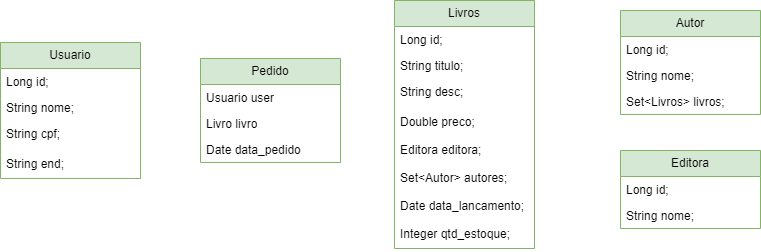
The draw.io diagram API/ProjetoBancoDeDados/src/main/resources/classes-diagrams.png in Joao-lucas-felix/ProjetoBancoDeDados, before a commit. Source tidied: cells renumbered, new cells last; positions are measured from the earlier drawing's top-left corner, leaving out a move shared by most shapes. Its diagram source:
```xml
<mxGraphModel>
  <root>
    <mxCell id="0" />
    <mxCell id="1" parent="0" />
    <mxCell id="2" value="Usuario" style="swimlane;fontStyle=0;horizontal=1;startSize=26;fillColor=#d5e8d4;whiteSpace=wrap;html=1;strokeColor=#82b366;" parent="1" vertex="1">
      <mxGeometry y="42" width="140" height="136" as="geometry" />
    </mxCell>
    <mxCell id="3" value="Long id;" style="text;strokeColor=none;fillColor=none;align=left;verticalAlign=top;spacingLeft=4;spacingRight=4;overflow=hidden;whiteSpace=wrap;html=1;" parent="2" vertex="1">
      <mxGeometry y="26" width="140" height="26" as="geometry" />
    </mxCell>
    <mxCell id="4" value="String nome;" style="text;strokeColor=none;fillColor=none;align=left;verticalAlign=top;spacingLeft=4;spacingRight=4;overflow=hidden;whiteSpace=wrap;html=1;" parent="2" vertex="1">
      <mxGeometry y="52" width="140" height="26" as="geometry" />
    </mxCell>
    <mxCell id="5" value="String cpf;&amp;nbsp;" style="text;strokeColor=none;fillColor=none;align=left;verticalAlign=top;spacingLeft=4;spacingRight=4;overflow=hidden;whiteSpace=wrap;html=1;" parent="2" vertex="1">
      <mxGeometry y="78" width="140" height="30" as="geometry" />
    </mxCell>
    <mxCell id="6" value="String end;&amp;nbsp;&lt;br&gt;" style="text;strokeColor=none;fillColor=none;align=left;verticalAlign=top;spacingLeft=4;spacingRight=4;overflow=hidden;whiteSpace=wrap;html=1;" parent="2" vertex="1">
      <mxGeometry y="108" width="140" height="28" as="geometry" />
    </mxCell>
    <mxCell id="7" value="Livros" style="swimlane;fontStyle=0;horizontal=1;startSize=26;fillColor=#d5e8d4;whiteSpace=wrap;html=1;strokeColor=#82b366;" parent="1" vertex="1">
      <mxGeometry x="394" width="140" height="248" as="geometry" />
    </mxCell>
    <mxCell id="8" value="Long id;" style="text;strokeColor=none;fillColor=none;align=left;verticalAlign=top;spacingLeft=4;spacingRight=4;overflow=hidden;whiteSpace=wrap;html=1;" parent="7" vertex="1">
      <mxGeometry y="26" width="140" height="26" as="geometry" />
    </mxCell>
    <mxCell id="9" value="String titulo;" style="text;strokeColor=none;fillColor=none;align=left;verticalAlign=top;spacingLeft=4;spacingRight=4;overflow=hidden;whiteSpace=wrap;html=1;" parent="7" vertex="1">
      <mxGeometry y="52" width="140" height="26" as="geometry" />
    </mxCell>
    <mxCell id="10" value="String desc;&amp;nbsp;" style="text;strokeColor=none;fillColor=none;align=left;verticalAlign=top;spacingLeft=4;spacingRight=4;overflow=hidden;whiteSpace=wrap;html=1;" parent="7" vertex="1">
      <mxGeometry y="78" width="140" height="30" as="geometry" />
    </mxCell>
    <mxCell id="11" value="Double preco;&lt;br&gt;" style="text;strokeColor=none;fillColor=none;align=left;verticalAlign=top;spacingLeft=4;spacingRight=4;overflow=hidden;whiteSpace=wrap;html=1;" parent="7" vertex="1">
      <mxGeometry y="108" width="140" height="28" as="geometry" />
    </mxCell>
    <mxCell id="12" value="Editora editora;&lt;br&gt;" style="text;strokeColor=none;fillColor=none;align=left;verticalAlign=top;spacingLeft=4;spacingRight=4;overflow=hidden;whiteSpace=wrap;html=1;" parent="7" vertex="1">
      <mxGeometry y="136" width="140" height="28" as="geometry" />
    </mxCell>
    <mxCell id="13" value="Set&amp;lt;Autor&amp;gt; autores;&amp;nbsp;" style="text;strokeColor=none;fillColor=none;align=left;verticalAlign=top;spacingLeft=4;spacingRight=4;overflow=hidden;whiteSpace=wrap;html=1;" parent="7" vertex="1">
      <mxGeometry y="164" width="140" height="28" as="geometry" />
    </mxCell>
    <mxCell id="14" value="Date data_lancamento;" style="text;strokeColor=none;fillColor=none;align=left;verticalAlign=top;spacingLeft=4;spacingRight=4;overflow=hidden;whiteSpace=wrap;html=1;" parent="7" vertex="1">
      <mxGeometry y="192" width="140" height="28" as="geometry" />
    </mxCell>
    <mxCell id="15" value="Integer qtd_estoque;&lt;br&gt;" style="text;strokeColor=none;fillColor=none;align=left;verticalAlign=top;spacingLeft=4;spacingRight=4;overflow=hidden;whiteSpace=wrap;html=1;" parent="7" vertex="1">
      <mxGeometry y="220" width="140" height="28" as="geometry" />
    </mxCell>
    <mxCell id="16" value="Autor" style="swimlane;fontStyle=0;horizontal=1;startSize=26;fillColor=#d5e8d4;whiteSpace=wrap;html=1;strokeColor=#82b366;" parent="1" vertex="1">
      <mxGeometry x="620" y="10" width="140" height="104" as="geometry" />
    </mxCell>
    <mxCell id="17" value="Long id;" style="text;strokeColor=none;fillColor=none;align=left;verticalAlign=top;spacingLeft=4;spacingRight=4;overflow=hidden;whiteSpace=wrap;html=1;" parent="16" vertex="1">
      <mxGeometry y="26" width="140" height="26" as="geometry" />
    </mxCell>
    <mxCell id="18" value="String nome;&lt;br&gt;" style="text;strokeColor=none;fillColor=none;align=left;verticalAlign=top;spacingLeft=4;spacingRight=4;overflow=hidden;whiteSpace=wrap;html=1;" parent="16" vertex="1">
      <mxGeometry y="52" width="140" height="26" as="geometry" />
    </mxCell>
    <mxCell id="19" value="Set&amp;lt;Livros&amp;gt; livros;&amp;nbsp;" style="text;strokeColor=none;fillColor=none;align=left;verticalAlign=top;spacingLeft=4;spacingRight=4;overflow=hidden;whiteSpace=wrap;html=1;" parent="16" vertex="1">
      <mxGeometry y="78" width="140" height="26" as="geometry" />
    </mxCell>
    <mxCell id="20" value="Editora" style="swimlane;fontStyle=0;horizontal=1;startSize=26;fillColor=#d5e8d4;whiteSpace=wrap;html=1;strokeColor=#82b366;" parent="1" vertex="1">
      <mxGeometry x="620" y="150" width="140" height="78" as="geometry" />
    </mxCell>
    <mxCell id="21" value="Long id;" style="text;strokeColor=none;fillColor=none;align=left;verticalAlign=top;spacingLeft=4;spacingRight=4;overflow=hidden;whiteSpace=wrap;html=1;" parent="20" vertex="1">
      <mxGeometry y="26" width="140" height="26" as="geometry" />
    </mxCell>
    <mxCell id="22" value="String nome;&lt;br&gt;" style="text;strokeColor=none;fillColor=none;align=left;verticalAlign=top;spacingLeft=4;spacingRight=4;overflow=hidden;whiteSpace=wrap;html=1;" parent="20" vertex="1">
      <mxGeometry y="52" width="140" height="26" as="geometry" />
    </mxCell>
    <mxCell id="23" value="Pedido" style="swimlane;fontStyle=0;horizontal=1;startSize=26;fillColor=#d5e8d4;whiteSpace=wrap;html=1;strokeColor=#82b366;" parent="1" vertex="1">
      <mxGeometry x="200" y="58" width="140" height="104" as="geometry" />
    </mxCell>
    <mxCell id="24" value="Usuario user" style="text;strokeColor=none;fillColor=none;align=left;verticalAlign=top;spacingLeft=4;spacingRight=4;overflow=hidden;whiteSpace=wrap;html=1;" parent="23" vertex="1">
      <mxGeometry y="26" width="140" height="26" as="geometry" />
    </mxCell>
    <mxCell id="25" value="Livro livro" style="text;strokeColor=none;fillColor=none;align=left;verticalAlign=top;spacingLeft=4;spacingRight=4;overflow=hidden;whiteSpace=wrap;html=1;" parent="23" vertex="1">
      <mxGeometry y="52" width="140" height="26" as="geometry" />
    </mxCell>
    <mxCell id="26" value="Date data_pedido" style="text;strokeColor=none;fillColor=none;align=left;verticalAlign=top;spacingLeft=4;spacingRight=4;overflow=hidden;whiteSpace=wrap;html=1;" parent="23" vertex="1">
      <mxGeometry y="78" width="140" height="26" as="geometry" />
    </mxCell>
  </root>
</mxGraphModel>
```
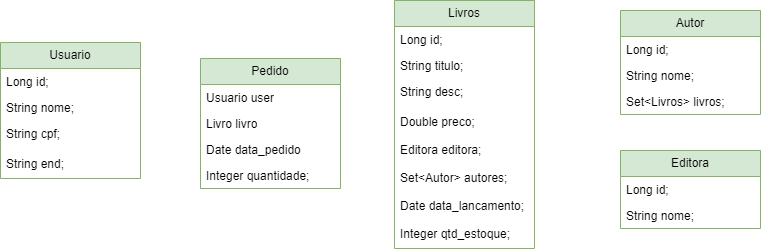
The same diagram one commit later.

Change to the diagram source:
```diff
@@ -66,7 +66,7 @@
       <mxGeometry y="52" width="140" height="26" as="geometry" />
     </mxCell>
     <mxCell id="23" value="Pedido" style="swimlane;fontStyle=0;horizontal=1;startSize=26;fillColor=#d5e8d4;whiteSpace=wrap;html=1;strokeColor=#82b366;" parent="1" vertex="1">
-      <mxGeometry x="200" y="58" width="140" height="104" as="geometry" />
+      <mxGeometry x="200" y="58" width="140" height="130" as="geometry" />
     </mxCell>
     <mxCell id="24" value="Usuario user" style="text;strokeColor=none;fillColor=none;align=left;verticalAlign=top;spacingLeft=4;spacingRight=4;overflow=hidden;whiteSpace=wrap;html=1;" parent="23" vertex="1">
       <mxGeometry y="26" width="140" height="26" as="geometry" />
@@ -77,5 +77,8 @@
     <mxCell id="26" value="Date data_pedido" style="text;strokeColor=none;fillColor=none;align=left;verticalAlign=top;spacingLeft=4;spacingRight=4;overflow=hidden;whiteSpace=wrap;html=1;" parent="23" vertex="1">
       <mxGeometry y="78" width="140" height="26" as="geometry" />
     </mxCell>
+    <mxCell id="27" value="Integer quantidade;" style="text;strokeColor=none;fillColor=none;align=left;verticalAlign=top;spacingLeft=4;spacingRight=4;overflow=hidden;whiteSpace=wrap;html=1;" parent="23" vertex="1">
+      <mxGeometry y="104" width="140" height="26" as="geometry" />
+    </mxCell>
   </root>
 </mxGraphModel>
```
